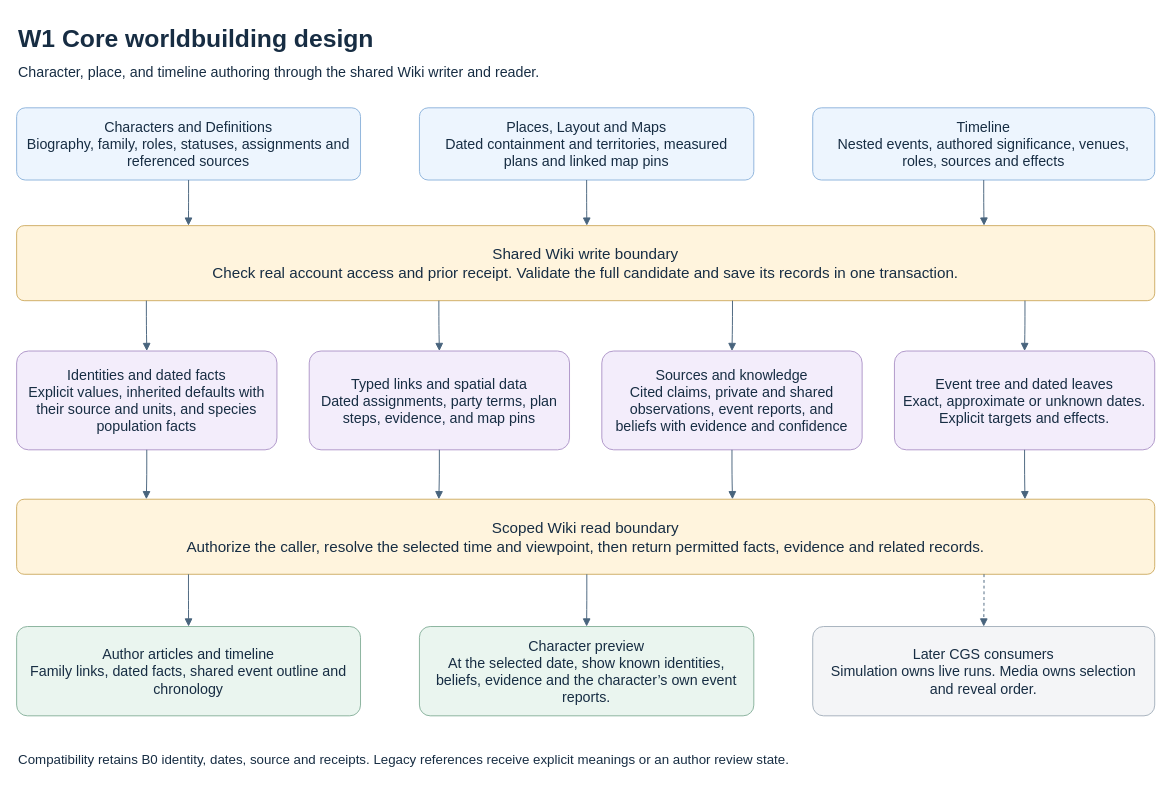
The draw.io diagram page "W1 Core worldbuilding design" (5 of 17) of docs/CGS_Codex_Local_Handoff/CGS_First_Playable_Architecture.drawio in DEVdaVinci/CGS-v1, before the edit. Source tidied: cells renumbered, new cells numbered last; positions are measured from the earlier drawing's top-left corner, leaving out a move shared by most shapes. Both pictures are drawn from the tidied source at 95%, with x=0, y=0 at pixel (16, 16).
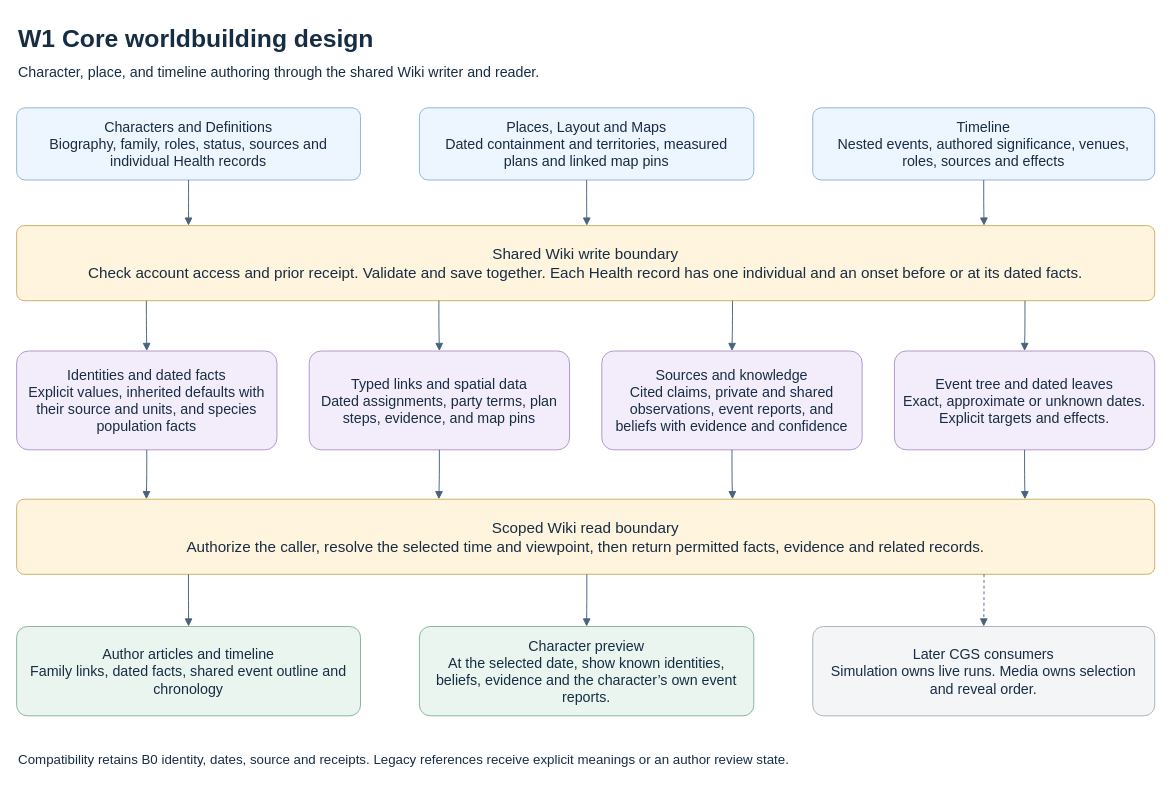
Above is the later version.

Diff of the diagram source:
```diff
@@
-    <mxCell id="4" value="Characters and Definitions&#10;Biography, family, roles, statuses, assignments and referenced sources" style="rounded=1;arcSize=12;whiteSpace=wrap;spacing=10;fontSize=15;fillColor=#EDF5FE;strokeColor=#8EB4DC;fontColor=#172D43;" parent="1" vertex="1">
+    <mxCell id="4" value="Characters and Definitions&#10;Biography, family, roles, status, sources and individual Health records" style="rounded=1;arcSize=12;whiteSpace=wrap;spacing=10;fontSize=15;fillColor=#EDF5FE;strokeColor=#8EB4DC;fontColor=#172D43;" parent="1" vertex="1">
       <mxGeometry y="96" width="362" height="76" as="geometry" />
     </mxCell>
@@
-    <mxCell id="7" value="Shared Wiki write boundary&#10;Check real account access and prior receipt. Validate the full candidate and save its records in one transaction." style="rounded=1;arcSize=10;whiteSpace=wrap;spacing=10;fontSize=16;fillColor=#FFF4DD;strokeColor=#CFAD65;fontColor=#172D43;" parent="1" vertex="1">
+    <mxCell id="7" value="Shared Wiki write boundary&#10;Check account access and prior receipt. Validate and save together. Each Health record has one individual and an onset before or at its dated facts." style="rounded=1;arcSize=10;whiteSpace=wrap;spacing=10;fontSize=16;fillColor=#FFF4DD;strokeColor=#CFAD65;fontColor=#172D43;" parent="1" vertex="1">
       <mxGeometry y="220" width="1198" height="79" as="geometry" />
     </mxCell>
```
